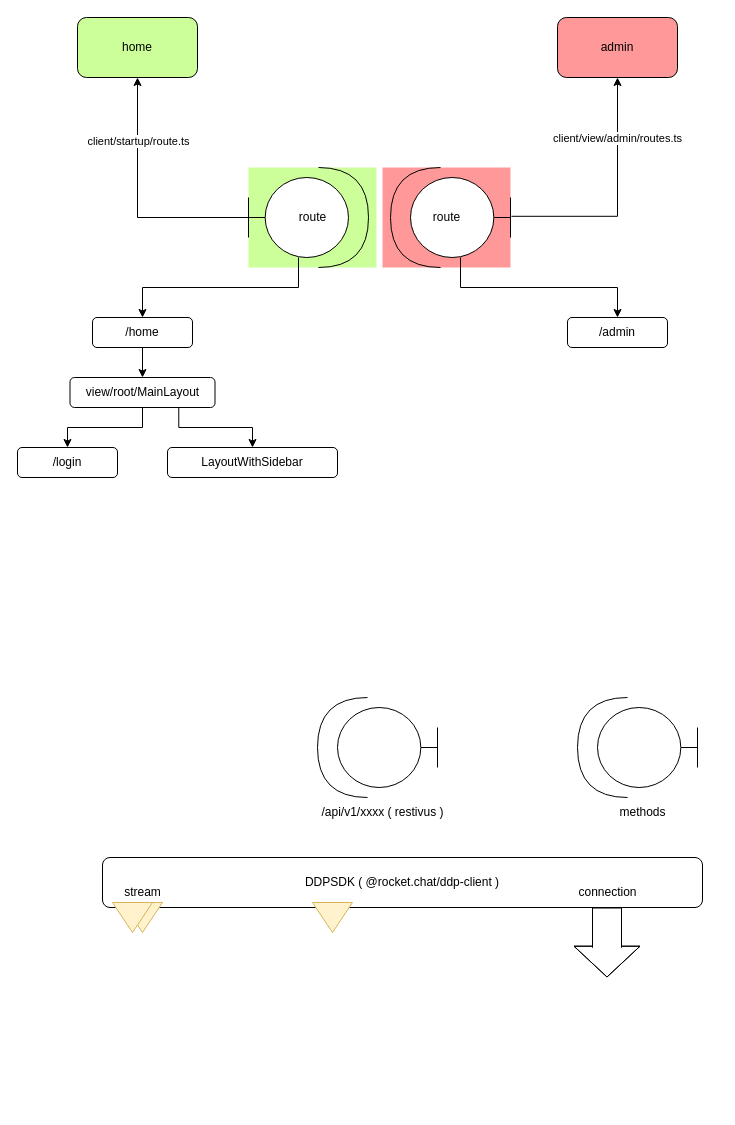
Before: page "client" (2 of 8) of apps/meteor/im.drawio in lexyos/Rocket.Chat, a draw.io diagram. Source tidied: cells renumbered, new cells numbered last; positions are measured from the earlier drawing's top-left corner, leaving out a move shared by most shapes. Both pictures are drawn from the tidied source at 100%, with x=0, y=0 at pixel (17, 17).
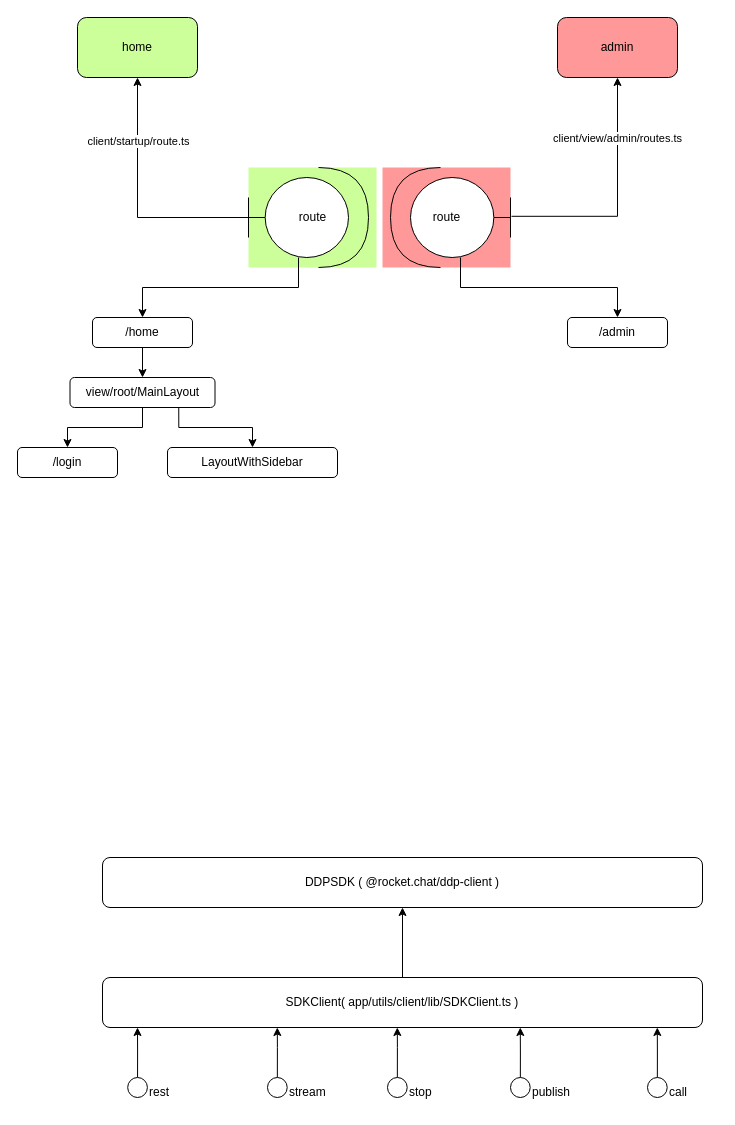
The same page after the edit.

The change refers to these unchanged cells:
```xml
<mxCell id="16" value="DDPSDK ( @rocket.chat/ddp-client )" style="rounded=1;whiteSpace=wrap;html=1;" parent="1" vertex="1">
  <mxGeometry x="85" y="840" width="600" height="50" as="geometry" />
</mxCell>
```

Change to the diagram source:
```diff
@@
-    <mxCell id="6" style="group;" parent="1" vertex="1">
-      <mxGeometry x="290" y="680" width="150" height="130" as="geometry" />
-    </mxCell>
-    <mxCell id="7" style="group;rotation=-180;" parent="6" vertex="1">
-      <mxGeometry x="10" width="120" height="100" as="geometry" />
-    </mxCell>
-    <mxCell id="8" style="shape=umlBoundary;whiteSpace=wrap;html=1;rotation=-180;" parent="7" vertex="1">
-      <mxGeometry x="20" y="10" width="100" height="80" as="geometry" />
-    </mxCell>
-    <mxCell id="9" style="shape=requiredInterface;html=1;verticalLabelPosition=bottom;sketch=0;rotation=-180;" parent="7" vertex="1">
-      <mxGeometry width="50" height="100" as="geometry" />
-    </mxCell>
-    <mxCell id="10" value="/api/v1/xxxx ( restivus )" style="text;html=1;align=center;verticalAlign=middle;strokeColor=none;fillColor=none;" parent="6" vertex="1">
-      <mxGeometry y="100" width="150" height="30" as="geometry" />
-    </mxCell>
-    <mxCell id="11" style="group;" parent="1" vertex="1">
-      <mxGeometry x="550" y="680" width="150" height="130" as="geometry" />
-    </mxCell>
-    <mxCell id="12" style="group;rotation=-180;" parent="11" vertex="1">
-      <mxGeometry x="10" width="120" height="100" as="geometry" />
-    </mxCell>
-    <mxCell id="13" style="shape=umlBoundary;whiteSpace=wrap;html=1;rotation=-180;" parent="12" vertex="1">
-      <mxGeometry x="20" y="10" width="100" height="80" as="geometry" />
-    </mxCell>
-    <mxCell id="14" style="shape=requiredInterface;html=1;verticalLabelPosition=bottom;sketch=0;rotation=-180;" parent="12" vertex="1">
-      <mxGeometry width="50" height="100" as="geometry" />
-    </mxCell>
-    <mxCell id="15" value="methods" style="text;html=1;align=center;verticalAlign=middle;strokeColor=none;fillColor=none;" parent="11" vertex="1">
-      <mxGeometry x="40" y="100" width="70" height="30" as="geometry" />
-    </mxCell>
@@
-    <mxCell id="17" style="triangle;whiteSpace=wrap;html=1;rotation=90;fillColor=#fff2cc;strokeColor=#d6b656;" parent="1" vertex="1">
-      <mxGeometry x="110" y="880" width="30" height="40" as="geometry" />
-    </mxCell>
-    <mxCell id="18" style="triangle;whiteSpace=wrap;html=1;rotation=90;fillColor=#fff2cc;strokeColor=#d6b656;" parent="1" vertex="1">
-      <mxGeometry x="100" y="880" width="30" height="40" as="geometry" />
-    </mxCell>
-    <mxCell id="19" style="triangle;whiteSpace=wrap;html=1;rotation=90;fillColor=#fff2cc;strokeColor=#d6b656;" parent="1" vertex="1">
-      <mxGeometry x="300" y="880" width="30" height="40" as="geometry" />
-    </mxCell>
-    <mxCell id="20" value="stream" style="text;html=1;align=center;verticalAlign=middle;strokeColor=none;fillColor=none;" parent="1" vertex="1">
-      <mxGeometry x="95" y="860" width="60" height="30" as="geometry" />
-    </mxCell>
-    <mxCell id="21" style="shape=flexArrow;endArrow=classic;html=1;rounded=0;endWidth=36;endSize=9.93;width=29;" parent="1" edge="1">
-      <mxGeometry relative="1" as="geometry">
-        <mxPoint x="589.5" y="890" as="sourcePoint" />
-        <mxPoint x="589.5" y="960" as="targetPoint" />
-        <Array as="points">
-          <mxPoint x="589.5" y="930" />
-        </Array>
-      </mxGeometry>
-    </mxCell>
-    <mxCell id="22" value="connection" style="text;html=1;align=center;verticalAlign=middle;strokeColor=none;fillColor=none;" parent="1" vertex="1">
-      <mxGeometry x="550" y="860" width="80" height="30" as="geometry" />
-    </mxCell>
@@
+    <mxCell id="43" style="edgeStyle=orthogonalEdgeStyle;rounded=0;jettySize=auto;html=1;entryX=0.5;entryY=1;entryDx=0;entryDy=0;" parent="1" edge="1" source="44" target="16">
+      <mxGeometry relative="1" as="geometry" />
+    </mxCell>
+    <mxCell id="44" value="SDKClient(&amp;nbsp;app/utils/client/lib/SDKClient.ts )" style="rounded=1;whiteSpace=wrap;html=1;" parent="1" vertex="1">
+      <mxGeometry x="85" y="960" width="600" height="50" as="geometry" />
+    </mxCell>
+    <mxCell id="45" style="group;" parent="1" vertex="1">
+      <mxGeometry x="110.2" y="1010" width="19.7" height="70" as="geometry" />
+    </mxCell>
+    <mxCell id="46" style="edgeStyle=orthogonalEdgeStyle;rounded=0;jettySize=auto;html=1;" parent="45" edge="1" source="47">
+      <mxGeometry relative="1" as="geometry">
+        <mxPoint x="9.8" as="targetPoint" />
+      </mxGeometry>
+    </mxCell>
+    <mxCell id="47" style="ellipse;whiteSpace=wrap;html=1;" parent="45" vertex="1">
+      <mxGeometry y="50" width="19.7" height="20" as="geometry" />
+    </mxCell>
+    <mxCell id="48" style="group;" parent="1" vertex="1">
+      <mxGeometry x="250" y="1010" width="19.7" height="70" as="geometry" />
+    </mxCell>
+    <mxCell id="49" style="edgeStyle=orthogonalEdgeStyle;rounded=0;jettySize=auto;html=1;" parent="48" edge="1" source="50">
+      <mxGeometry relative="1" as="geometry">
+        <mxPoint x="9.8" as="targetPoint" />
+        <Array as="points">
+          <mxPoint x="10" y="20" />
+          <mxPoint x="10" y="20" />
+        </Array>
+      </mxGeometry>
+    </mxCell>
+    <mxCell id="50" style="ellipse;whiteSpace=wrap;html=1;" parent="48" vertex="1">
+      <mxGeometry y="50" width="19.7" height="20" as="geometry" />
+    </mxCell>
+    <mxCell id="51" style="group;" parent="1" vertex="1">
+      <mxGeometry x="493" y="1010" width="19.7" height="70" as="geometry" />
+    </mxCell>
+    <mxCell id="52" style="edgeStyle=orthogonalEdgeStyle;rounded=0;jettySize=auto;html=1;" parent="51" edge="1" source="53">
+      <mxGeometry relative="1" as="geometry">
+        <mxPoint x="9.8" as="targetPoint" />
+      </mxGeometry>
+    </mxCell>
+    <mxCell id="53" style="ellipse;whiteSpace=wrap;html=1;" parent="51" vertex="1">
+      <mxGeometry y="50" width="19.7" height="20" as="geometry" />
+    </mxCell>
+    <mxCell id="54" style="group;" parent="1" vertex="1">
+      <mxGeometry x="630" y="1010" width="19.7" height="70" as="geometry" />
+    </mxCell>
+    <mxCell id="55" style="edgeStyle=orthogonalEdgeStyle;rounded=0;jettySize=auto;html=1;" parent="54" edge="1" source="56">
+      <mxGeometry relative="1" as="geometry">
+        <mxPoint x="9.8" as="targetPoint" />
+      </mxGeometry>
+    </mxCell>
+    <mxCell id="56" style="ellipse;whiteSpace=wrap;html=1;" parent="54" vertex="1">
+      <mxGeometry y="50" width="19.7" height="20" as="geometry" />
+    </mxCell>
+    <mxCell id="57" value="rest" style="text;html=1;align=left;verticalAlign=middle;strokeColor=none;fillColor=none;" parent="1" vertex="1">
+      <mxGeometry x="129.8" y="1060" width="40" height="30" as="geometry" />
+    </mxCell>
+    <mxCell id="20" value="stream" style="text;html=1;align=left;verticalAlign=middle;strokeColor=none;fillColor=none;" parent="1" vertex="1">
+      <mxGeometry x="269.7" y="1060" width="60" height="30" as="geometry" />
+    </mxCell>
+    <mxCell id="58" value="publish" style="text;html=1;align=left;verticalAlign=middle;strokeColor=none;fillColor=none;" parent="1" vertex="1">
+      <mxGeometry x="512.7" y="1060" width="60" height="30" as="geometry" />
+    </mxCell>
+    <mxCell id="59" value="call" style="text;html=1;align=left;verticalAlign=middle;strokeColor=none;fillColor=none;" parent="1" vertex="1">
+      <mxGeometry x="650" y="1060" width="40" height="30" as="geometry" />
+    </mxCell>
+    <mxCell id="60" style="group;" parent="1" vertex="1">
+      <mxGeometry x="370" y="1010" width="19.7" height="70" as="geometry" />
+    </mxCell>
+    <mxCell id="61" style="edgeStyle=orthogonalEdgeStyle;rounded=0;jettySize=auto;html=1;" parent="60" edge="1" source="62">
+      <mxGeometry relative="1" as="geometry">
+        <mxPoint x="9.8" as="targetPoint" />
+        <Array as="points">
+          <mxPoint x="10" y="20" />
+          <mxPoint x="10" y="20" />
+        </Array>
+      </mxGeometry>
+    </mxCell>
+    <mxCell id="62" style="ellipse;whiteSpace=wrap;html=1;" parent="60" vertex="1">
+      <mxGeometry y="50" width="19.7" height="20" as="geometry" />
+    </mxCell>
+    <mxCell id="63" value="stop" style="text;html=1;align=left;verticalAlign=middle;strokeColor=none;fillColor=none;" parent="1" vertex="1">
+      <mxGeometry x="389.7" y="1060" width="50" height="30" as="geometry" />
+    </mxCell>
```
